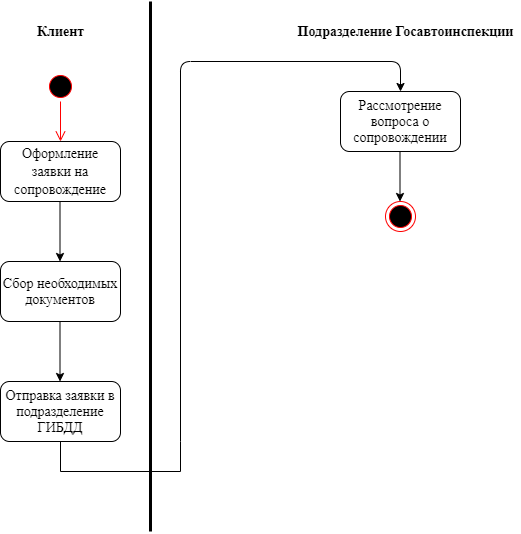
Above: Приём и рассмотрение заявки на сопровождение.png in Anton80213/Project-diagrams (draw.io), before the change. Source tidied: cells renumbered, new cells last; positions are measured from the earlier drawing's top-left corner, leaving out a move shared by most shapes.
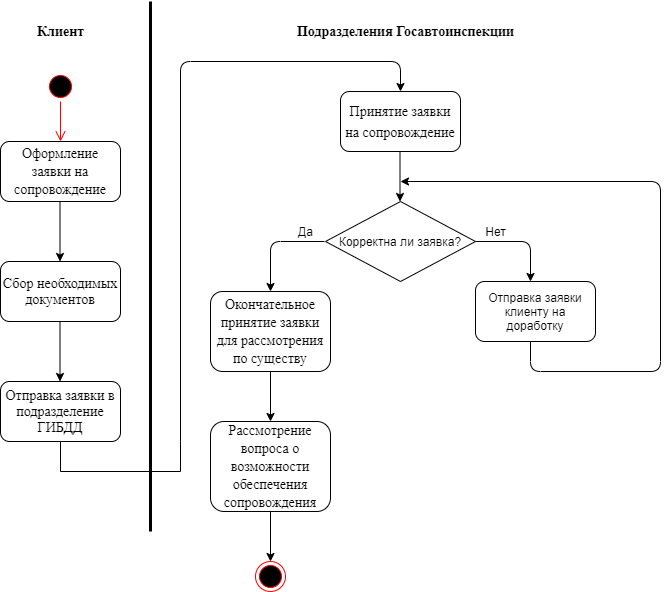
Above is the later version.

What changed in the source:
```diff
@@ -34,7 +34,7 @@
     <mxCell id="9" value="&lt;font face=&quot;Times New Roman&quot; style=&quot;font-size: 14px&quot;&gt;Отправка заявки в подразделение ГИБДД&lt;/font&gt;" style="rounded=1;whiteSpace=wrap;html=1;" parent="1" vertex="1">
       <mxGeometry y="380" width="120" height="60" as="geometry" />
     </mxCell>
-    <mxCell id="10" value="&lt;font face=&quot;Times New Roman&quot; style=&quot;font-size: 14px&quot;&gt;&lt;b&gt;Подразделение Госавтоинспекции&lt;/b&gt;&lt;/font&gt;" style="text;html=1;align=center;verticalAlign=middle;strokeColor=none;" parent="1" vertex="1">
+    <mxCell id="10" value="&lt;font face=&quot;Times New Roman&quot; style=&quot;font-size: 14px&quot;&gt;&lt;b&gt;Подразделения Госавтоинспекции&lt;/b&gt;&lt;/font&gt;" style="text;html=1;align=center;verticalAlign=middle;strokeColor=none;" parent="1" vertex="1">
       <mxGeometry x="290" y="20" width="230" height="20" as="geometry" />
     </mxCell>
     <mxCell id="11" style="shape=partialRectangle;whiteSpace=wrap;html=1;bottom=1;right=1;left=1;top=0;fillColor=none;routingCenterX=-0.5;" parent="1" vertex="1">
@@ -51,11 +51,11 @@
         </Array>
       </mxGeometry>
     </mxCell>
-    <mxCell id="13" value="&lt;font face=&quot;Times New Roman&quot; style=&quot;font-size: 14px&quot;&gt;Рассмотрение вопроса о сопровождении&lt;/font&gt;" style="rounded=1;whiteSpace=wrap;html=1;" parent="1" vertex="1">
+    <mxCell id="13" value="&lt;font face=&quot;Times New Roman&quot; style=&quot;font-size: 14px&quot;&gt;Принятие&amp;nbsp;&lt;span style=&quot;line-height: 150% ; background: white&quot;&gt;заявки на сопровождение&lt;/span&gt;&lt;/font&gt;" style="rounded=1;whiteSpace=wrap;html=1;" parent="1" vertex="1">
       <mxGeometry x="340" y="90" width="120" height="60" as="geometry" />
     </mxCell>
     <mxCell id="14" style="ellipse;html=1;shape=endState;fillColor=#000000;strokeColor=#ff0000;" parent="1" vertex="1">
-      <mxGeometry x="385" y="200" width="30" height="30" as="geometry" />
+      <mxGeometry x="255" y="560" width="30" height="30" as="geometry" />
     </mxCell>
     <mxCell id="15" style="endArrow=classic;html=1;" parent="1" edge="1">
       <mxGeometry relative="1" as="geometry">
@@ -69,5 +69,65 @@
         <mxPoint x="150" as="targetPoint" />
       </mxGeometry>
     </mxCell>
+    <mxCell id="17" value="Корректна ли заявка?" style="rhombus;whiteSpace=wrap;html=1;" parent="1" vertex="1">
+      <mxGeometry x="325" y="200" width="150" height="80" as="geometry" />
+    </mxCell>
+    <mxCell id="18" style="edgeStyle=segmentEdgeStyle;endArrow=classic;html=1;" parent="1" edge="1">
+      <mxGeometry relative="1" as="geometry">
+        <mxPoint x="475" y="240" as="sourcePoint" />
+        <mxPoint x="530" y="280" as="targetPoint" />
+        <Array as="points">
+          <mxPoint x="530" y="240" />
+          <mxPoint x="530" y="280" />
+        </Array>
+      </mxGeometry>
+    </mxCell>
+    <mxCell id="19" value="Нет" style="text;html=1;align=center;verticalAlign=middle;strokeColor=none;" parent="1" vertex="1">
+      <mxGeometry x="475" y="220" width="40" height="20" as="geometry" />
+    </mxCell>
+    <mxCell id="20" value="Отправка заявки клиенту на доработку" style="rounded=1;whiteSpace=wrap;html=1;" parent="1" vertex="1">
+      <mxGeometry x="475" y="280" width="120" height="60" as="geometry" />
+    </mxCell>
+    <mxCell id="21" style="edgeStyle=segmentEdgeStyle;endArrow=classic;html=1;" parent="1" edge="1">
+      <mxGeometry relative="1" as="geometry">
+        <mxPoint x="530" y="340" as="sourcePoint" />
+        <mxPoint x="400" y="180" as="targetPoint" />
+        <Array as="points">
+          <mxPoint x="530" y="370" />
+          <mxPoint x="660" y="370" />
+          <mxPoint x="660" y="180" />
+        </Array>
+      </mxGeometry>
+    </mxCell>
+    <mxCell id="22" style="edgeStyle=segmentEdgeStyle;endArrow=classic;html=1;" parent="1" edge="1">
+      <mxGeometry relative="1" as="geometry">
+        <mxPoint x="324" y="240" as="sourcePoint" />
+        <mxPoint x="270" y="290" as="targetPoint" />
+        <Array as="points">
+          <mxPoint x="270" y="240" />
+          <mxPoint x="270" y="290" />
+        </Array>
+      </mxGeometry>
+    </mxCell>
+    <mxCell id="23" value="Да" style="text;html=1;align=center;verticalAlign=middle;strokeColor=none;" parent="1" vertex="1">
+      <mxGeometry x="290" y="220" width="30" height="20" as="geometry" />
+    </mxCell>
+    <mxCell id="24" value="&lt;span style=&quot;line-height: 150% ; background: white&quot;&gt;&lt;font face=&quot;Times New Roman&quot; style=&quot;font-size: 14px&quot;&gt;Окончательное принятие заявки для рассмотрения по существу&lt;/font&gt;&lt;/span&gt;" style="rounded=1;whiteSpace=wrap;html=1;" parent="1" vertex="1">
+      <mxGeometry x="210" y="290" width="120" height="80" as="geometry" />
+    </mxCell>
+    <mxCell id="25" style="endArrow=classic;html=1;" parent="1" edge="1">
+      <mxGeometry relative="1" as="geometry">
+        <mxPoint x="270" y="370" as="sourcePoint" />
+        <mxPoint x="270" y="420" as="targetPoint" />
+      </mxGeometry>
+    </mxCell>
+    <mxCell id="26" value="&lt;span style=&quot;line-height: 150%&quot;&gt;&lt;font face=&quot;Times New Roman&quot; style=&quot;font-size: 14px&quot;&gt;Рассмотрение&lt;br&gt;вопроса о возможности обеспечения сопровождения&lt;/font&gt;&lt;/span&gt;" style="rounded=1;whiteSpace=wrap;html=1;" parent="1" vertex="1">
+      <mxGeometry x="210" y="420" width="120" height="90" as="geometry" />
+    </mxCell>
+    <mxCell id="27" style="endArrow=classic;html=1;entryX=0.5;entryY=0;entryDx=0;entryDy=0;" parent="1" edge="1" target="14">
+      <mxGeometry relative="1" as="geometry">
+        <mxPoint x="270" y="510" as="sourcePoint" />
+      </mxGeometry>
+    </mxCell>
   </root>
 </mxGraphModel>
```
